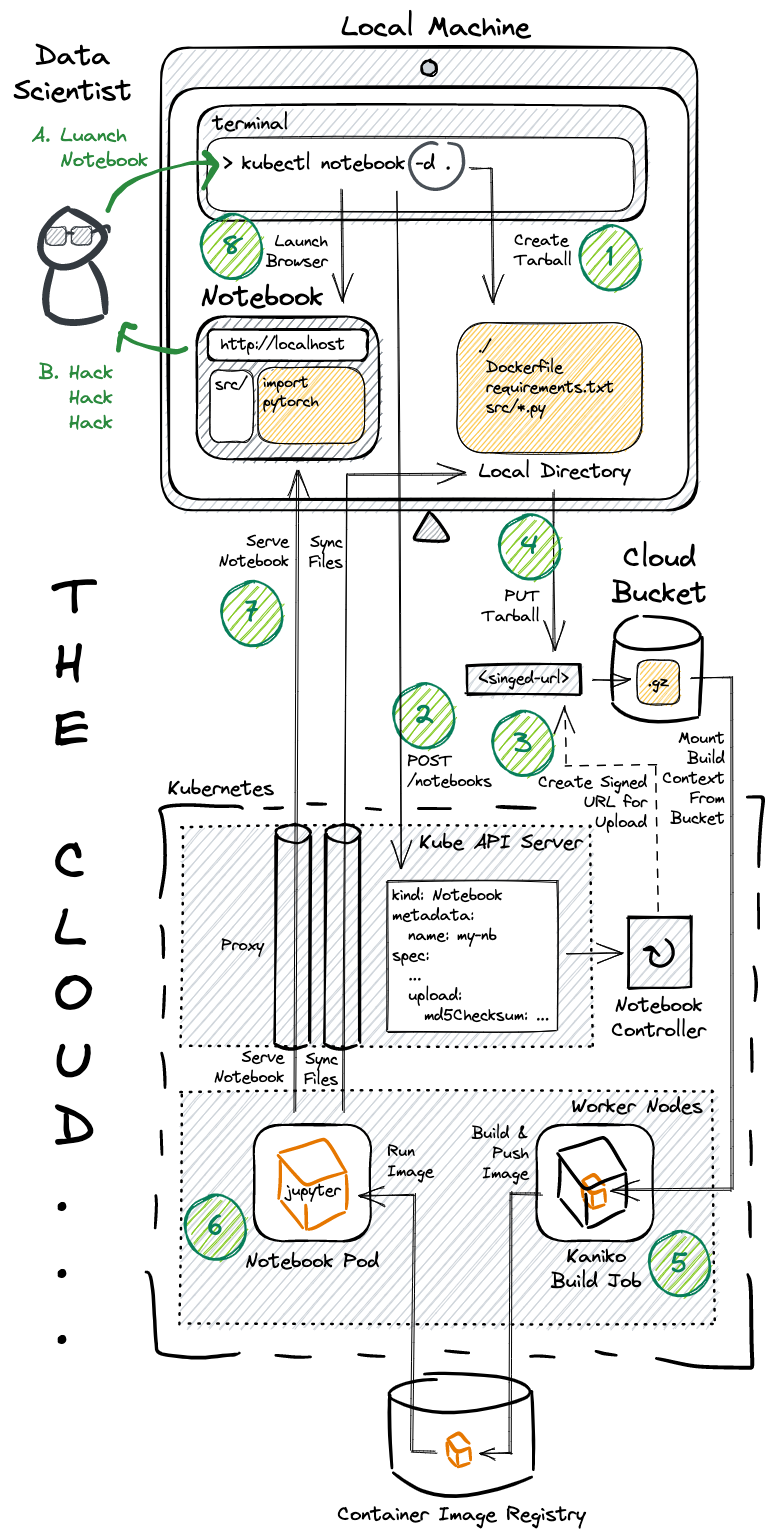
substratusai/substratusai.github.io keeps this Excalidraw diagram as static/img/diagrams/kubectl-notebook.excalidraw.png. Above is the earlier version. Source tidied: one line per element, renumbered; positions are measured from the earlier drawing's top-left corner, leaving out a move shared by most shapes.
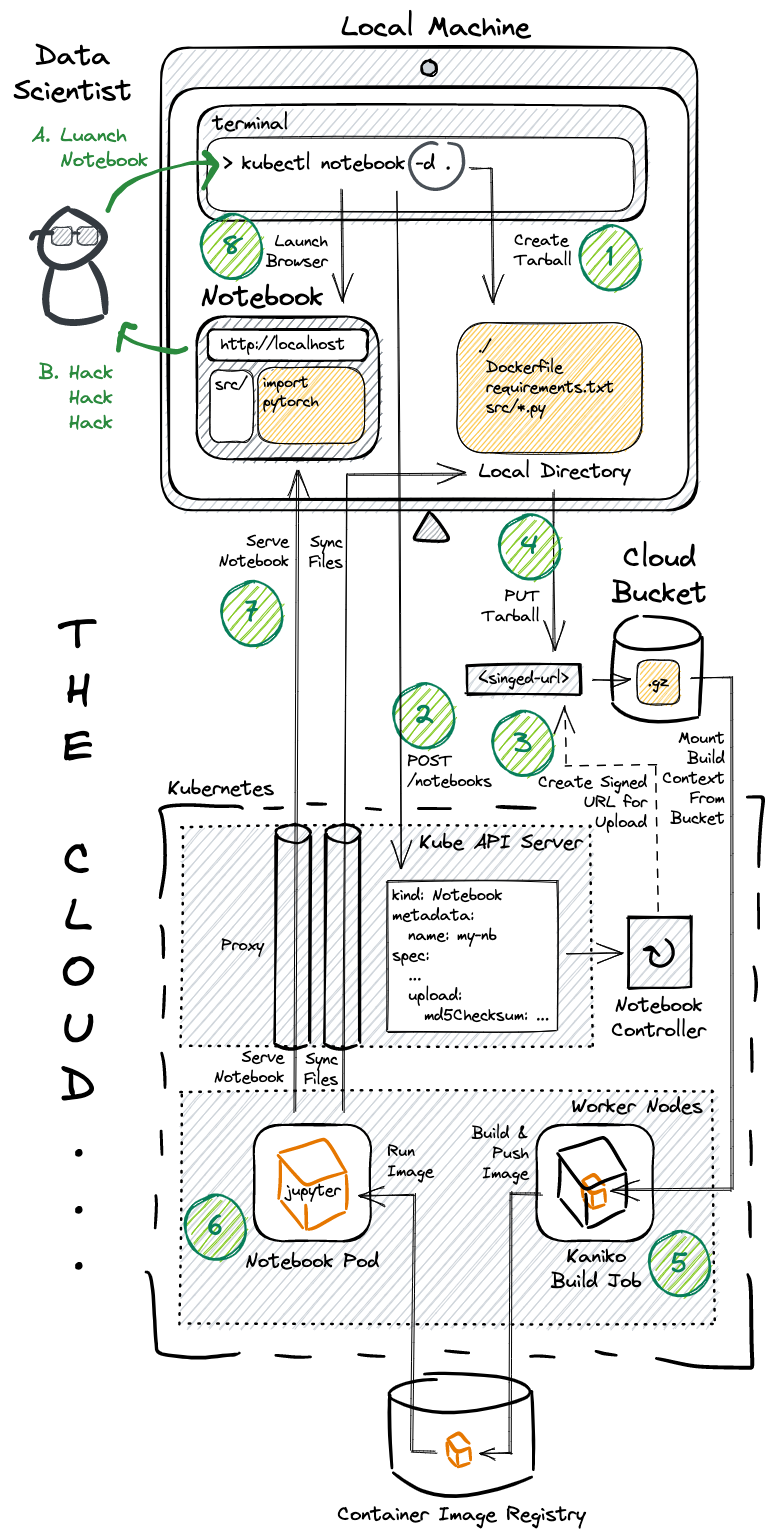
Above is the later version.

Commit message:
Tweak diagram

The edit, as a diff of the source:
```diff
@@ -99,10 +99,9 @@
 {"id": 98, "type": "text", "text": "Launch\nBrowser", "strokeColor": "#000000", "backgroundColor": "#ced4da", "fillStyle": "hachure", "strokeWidth": 1, "roughness": 1, "fontSize": 16, "fontFamily": 1, "textAlign": "right", "x": 256, "y": 222, "width": 61, "height": 40}
 {"id": 99, "type": "ellipse", "strokeColor": "#087f5b", "backgroundColor": "#82c91e", "fillStyle": "hachure", "strokeWidth": 2, "roughness": 1, "round": true, "x": 192, "y": 205, "width": 60, "height": 64}
 {"id": 100, "type": "text", "text": "8", "strokeColor": "#087f5b", "backgroundColor": "#82c91e", "fillStyle": "hachure", "strokeWidth": 2, "roughness": 1, "fontSize": 28, "fontFamily": 1, "textAlign": "center", "verticalAlign": "middle", "inside": 99, "x": 211, "y": 219, "width": 21, "height": 35}
-{"id": 101, "type": "rectangle", "strokeColor": "#343a40", "backgroundColor": "#868e96", "fillStyle": "hachure", "strokeWidth": 1, "roughness": 1, "round": true, "x": 61, "y": 217, "width": 20, "height": 18}
+{"id": 101, "type": "rectangle", "strokeColor": "#343a40", "backgroundColor": "#868e96", "fillStyle": "hachure", "strokeWidth": 1, "roughness": 1, "round": true, "x": 67, "y": 217, "width": 20, "height": 18}
-{"id": 102, "type": "rectangle", "strokeColor": "#343a40", "backgroundColor": "#868e96", "fillStyle": "hachure", "strokeWidth": 1, "roughness": 1, "round": true, "x": 36, "y": 217, "width": 20, "height": 18}
+{"id": 102, "type": "rectangle", "strokeColor": "#343a40", "backgroundColor": "#868e96", "fillStyle": "hachure", "strokeWidth": 1, "roughness": 1, "round": true, "x": 42, "y": 217, "width": 20, "height": 18}
-{"id": 103, "type": "freedraw", "strokeColor": "#343a40", "backgroundColor": "#868e96", "fillStyle": "hachure", "strokeWidth": 1, "roughness": 1, "x": 57, "y": 223, "width": 6, "height": 1, "points": [[0, 0], [0, 0], [0, 0], [2, 0], [3, 0], [4, 0], [4, 0], [5, 0], [6, 0], [6, 0], [6, 0], [6, 0]]}
+{"id": 103, "type": "freedraw", "strokeColor": "#343a40", "backgroundColor": "#868e96", "fillStyle": "hachure", "strokeWidth": 1, "roughness": 1, "x": 63, "y": 223, "width": 6, "height": 1, "points": [[0, 0], [0, 0], [0, 0], [2, 0], [3, 0], [4, 0], [4, 0], [5, 0], [6, 0], [6, 0], [6, 0], [6, 0]]}
-{"id": 104, "type": "freedraw", "strokeColor": "#343a40", "backgroundColor": "#868e96", "fillStyle": "hachure", "strokeWidth": 1, "roughness": 1, "x": 82, "y": 223, "width": 18, "height": 7, "points": [[0, 0], [0, 0], [0, 0], [0, 0], [0, 0], [0, 0], [1, 0], [2, -1], [5, -2], [9, -4], [12, -5], [14, -6], [15, -6], [15, -7], [15, -7], [16, -7], [16, -7], [17, -6], [17, -6], [17, -6], [17, -5], [18, -4], [18, -3], [18, -1], [17, 0], [17, 0]]}
 {"id": 105, "type": "line", "strokeColor": "#000000", "backgroundColor": "#868e96", "fillStyle": "hachure", "strokeWidth": 1, "roughness": 1, "round": true, "x": 721, "y": 667, "width": 40, "height": 1, "points": [[0, 0], [-40, 1]]}
 {"id": 106, "type": "line", "strokeColor": "#000000", "backgroundColor": "#868e96", "fillStyle": "hachure", "strokeWidth": 1, "strokeStyle": "dashed", "roughness": 1, "round": true, "x": 648, "y": 902, "width": 1, "height": 148, "points": [[0, 0], [-1, -148]]}
 {"id": 107, "type": "line", "strokeColor": "#000000", "backgroundColor": "#868e96", "fillStyle": "hachure", "strokeWidth": 1, "strokeStyle": "dashed", "roughness": 1, "round": true, "x": 646, "y": 755, "width": 89, "height": 0, "points": [[0, 0], [-89, 0]]}
@@ -173,4 +172,5 @@
 {"id": 172, "type": "freedraw", "strokeColor": "#000000", "strokeWidth": 1, "roughness": 1, "x": 408, "y": 799, "width": 39, "height": 0, "points": [[0, 0], [39, 0], [39, 0]]}
 {"id": 173, "type": "freedraw", "strokeColor": "#000000", "strokeWidth": 1, "roughness": 1, "x": 487, "y": 797, "width": 39, "height": 1, "points": [[0, 0], [0, 0], [2, 0], [4, 0], [8, 0], [13, 0], [18, 1], [24, 1], [30, 1], [34, 1], [36, 1], [37, 1], [38, 1], [39, 1], [39, 1]]}
 {"id": 174, "type": "freedraw", "strokeColor": "#000000", "strokeWidth": 1, "roughness": 1, "x": 254, "y": 798, "width": 19, "height": 1, "points": [[0, 0], [0, 0], [6, 0], [7, 0], [9, 0], [11, 0], [12, 0], [14, 0], [16, 0], [19, -1], [19, -1]]}
-{"id": 175, "type": "text", "text": "T\nH\nE\n\nC\nL\nO\nU\nD\n.\n.\n.", "strokeColor": "#000000", "strokeWidth": 1, "roughness": 1, "fontSize": 53.13, "fontFamily": 1, "x": 44, "y": 555, "width": 43, "height": 797}
+{"id": 175, "type": "text", "text": "T\nH\nE\n\nC\nL\nO\nU\nD\n.\n.\n.", "strokeColor": "#000000", "strokeWidth": 1, "roughness": 1, "fontSize": 45.23, "fontFamily": 1, "textAlign": "center", "x": 50, "y": 597, "width": 36, "height": 678}
+{"id": 176, "type": "freedraw", "strokeColor": "#343a40", "strokeWidth": 1, "roughness": 1, "x": 48, "y": 223, "width": 20, "height": 5, "points": [[-6, 0], [-6, 0], [-6, 0], [-8, 0], [-9, 0], [-11, 0], [-13, 0], [-16, 0], [-19, 0], [-21, 0], [-24, 0], [-25, 1], [-26, 3], [-26, 4], [-26, 5], [-26, 5], [-26, 5]]}
```
